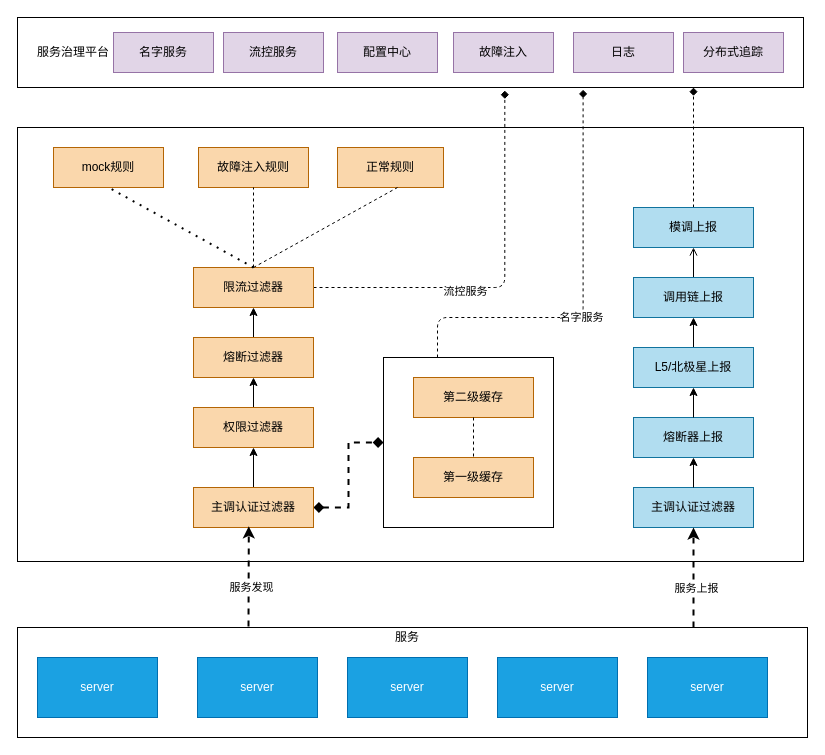
This is T11.drawio from xinguai/asmshare, a draw.io file, before an edit. Source tidied: cells renumbered, new cells numbered last; positions are measured from the earlier drawing's top-left corner, leaving out a move shared by most shapes. Both pictures are drawn from the tidied source at 100%, with x=0, y=0 at pixel (17, 17).
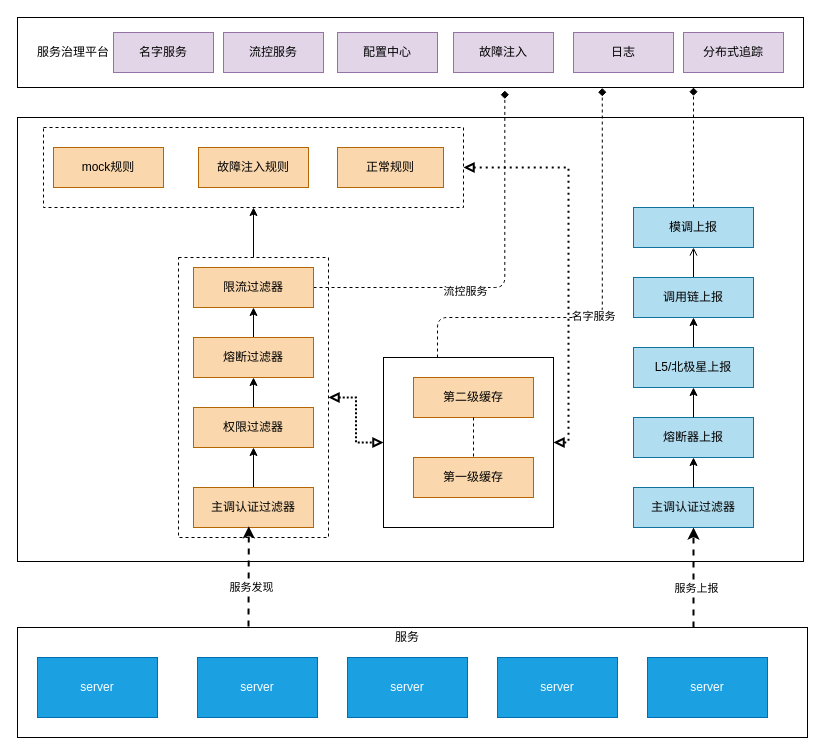
Above is the later version.

The change refers to these unchanged cells:
```xml
<mxCell id="6" value="主调认证过滤器" style="rounded=0;whiteSpace=wrap;html=1;fillColor=#fad7ac;strokeColor=#b46504;" parent="1" vertex="1">
  <mxGeometry x="176" y="470" width="120" height="40" as="geometry" />
</mxCell>
<mxCell id="13" value="限流过滤器" style="rounded=0;whiteSpace=wrap;html=1;fillColor=#fad7ac;strokeColor=#b46504;" parent="1" vertex="1">
  <mxGeometry x="176" y="250" width="120" height="40" as="geometry" />
</mxCell>
<mxCell id="14" value="mock规则" style="rounded=0;whiteSpace=wrap;html=1;fillColor=#fad7ac;strokeColor=#b46504;" parent="1" vertex="1">
  <mxGeometry x="36" y="130" width="110" height="40" as="geometry" />
</mxCell>
<mxCell id="16" value="故障注入规则" style="rounded=0;whiteSpace=wrap;html=1;fillColor=#fad7ac;strokeColor=#b46504;" parent="1" vertex="1">
  <mxGeometry x="181" y="130" width="110" height="40" as="geometry" />
</mxCell>
<mxCell id="23" style="rounded=0;whiteSpace=wrap;html=1;" parent="1" vertex="1">
  <mxGeometry x="366" y="340" width="170" height="170" as="geometry" />
</mxCell>
<mxCell id="31" style="rounded=0;whiteSpace=wrap;html=1;" parent="1" vertex="1">
  <mxGeometry width="786" height="70" as="geometry" />
</mxCell>
```

The edit, as a diff of the source:
```diff
@@
     <mxCell id="3" style="rounded=0;whiteSpace=wrap;html=1;" parent="1" vertex="1">
-      <mxGeometry y="110" width="786" height="434" as="geometry" />
+      <mxGeometry y="100" width="786" height="444" as="geometry" />
     </mxCell>
@@
-    <mxCell id="5" style="edgeStyle=orthogonalEdgeStyle;jettySize=auto;html=1;exitX=1;exitY=0.5;exitDx=0;exitDy=0;entryX=0;entryY=0.5;entryDx=0;entryDy=0;rounded=0;jumpStyle=arc;strokeWidth=2;startArrow=diamond;startFill=1;dashed=1;endArrow=diamond;endFill=1;" parent="1" edge="1" source="6" target="23">
+    <mxCell id="5" style="edgeStyle=orthogonalEdgeStyle;jettySize=auto;html=1;exitX=1;exitY=0.5;exitDx=0;exitDy=0;entryX=0;entryY=0.5;entryDx=0;entryDy=0;rounded=0;jumpStyle=arc;strokeWidth=2;startArrow=block;startFill=0;dashed=1;endArrow=block;endFill=0;dashPattern=1 1;" parent="1" edge="1" source="56" target="23">
       <mxGeometry relative="1" as="geometry" />
     </mxCell>
@@
-    <mxCell id="17" style="endArrow=none;dashed=1;html=1;dashPattern=1 3;strokeWidth=2;entryX=0.5;entryY=1;entryDx=0;entryDy=0;exitX=0.5;exitY=0;exitDx=0;exitDy=0;" parent="1" edge="1" source="13" target="14">
-      <mxGeometry relative="1" as="geometry" />
-    </mxCell>
-    <mxCell id="18" style="endArrow=none;dashed=1;html=1;entryX=0.5;entryY=1;entryDx=0;entryDy=0;" parent="1" edge="1" target="16">
-      <mxGeometry relative="1" as="geometry">
-        <mxPoint x="236" y="250" as="sourcePoint" />
-      </mxGeometry>
-    </mxCell>
-    <mxCell id="19" style="endArrow=none;dashed=1;html=1;exitX=0.5;exitY=0;exitDx=0;exitDy=0;" parent="1" edge="1" source="13">
-      <mxGeometry relative="1" as="geometry">
-        <mxPoint x="380" y="170" as="targetPoint" />
-      </mxGeometry>
-    </mxCell>
@@
-    <mxCell id="21" style="edgeStyle=orthogonalEdgeStyle;rounded=1;jumpStyle=arc;orthogonalLoop=1;jettySize=auto;html=1;exitX=0.5;exitY=0;exitDx=0;exitDy=0;entryX=0.759;entryY=1.031;entryDx=0;entryDy=0;entryPerimeter=0;dashed=1;startArrow=none;startFill=0;endArrow=diamond;endFill=1;strokeWidth=1;" parent="1" edge="1">
+    <mxCell id="21" style="edgeStyle=orthogonalEdgeStyle;rounded=1;jumpStyle=arc;jettySize=auto;html=1;exitX=0.5;exitY=0;exitDx=0;exitDy=0;entryX=0.744;entryY=1.007;entryDx=0;entryDy=0;entryPerimeter=0;dashed=1;startArrow=none;startFill=0;endArrow=diamond;endFill=1;strokeWidth=1;" parent="1" edge="1" target="31">
       <mxGeometry relative="1" as="geometry">
         <mxPoint x="420" y="340" as="sourcePoint" />
-        <mxPoint x="565.6" y="72.2" as="targetPoint" />
         <Array as="points">
           <mxPoint x="420" y="300" />
-          <mxPoint x="566" y="300" />
+          <mxPoint x="585" y="300" />
         </Array>
       </mxGeometry>
     </mxCell>
@@
+    <mxCell id="55" style="edgeStyle=orthogonalEdgeStyle;rounded=0;jettySize=auto;html=1;exitX=0.5;exitY=0;exitDx=0;exitDy=0;entryX=0.5;entryY=1;entryDx=0;entryDy=0;" parent="1" edge="1" source="56" target="58">
+      <mxGeometry relative="1" as="geometry" />
+    </mxCell>
+    <mxCell id="56" style="rounded=0;whiteSpace=wrap;html=1;fillColor=none;dashed=1;" parent="1" vertex="1">
+      <mxGeometry x="161" y="240" width="150" height="280" as="geometry" />
+    </mxCell>
+    <mxCell id="57" style="edgeStyle=orthogonalEdgeStyle;rounded=0;jettySize=auto;html=1;exitX=1;exitY=0.5;exitDx=0;exitDy=0;entryX=1;entryY=0.5;entryDx=0;entryDy=0;dashed=1;dashPattern=1 2;endArrow=block;endFill=0;startArrow=block;startFill=0;strokeWidth=2;" parent="1" edge="1" source="58" target="23">
+      <mxGeometry relative="1" as="geometry">
+        <Array as="points">
+          <mxPoint x="551" y="150" />
+          <mxPoint x="551" y="425" />
+        </Array>
+      </mxGeometry>
+    </mxCell>
+    <mxCell id="58" style="rounded=0;whiteSpace=wrap;html=1;dashed=1;fillColor=none;" parent="1" vertex="1">
+      <mxGeometry x="26" y="110" width="420" height="80" as="geometry" />
+    </mxCell>
```
